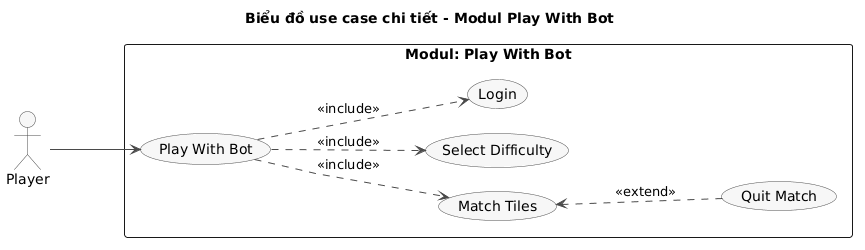
This is docs/uml/pha1/uc-m2-play-with-bot.png from VattenL/mobile-pikachu, a PlantUML export, as it was before one commit. Its diagram source:
```plantuml
@startuml
title Biểu đồ use case chi tiết - Modul Play With Bot

left to right direction
skinparam linetype polyline
skinparam packageStyle rectangle
skinparam shadowing false
skinparam nodesep 25
skinparam ranksep 90
skinparam usecase {
  BackgroundColor #F7F7F7
  BorderColor #4A4A4A
  ArrowColor #4A4A4A
}
skinparam actor {
  BackgroundColor #F7F7F7
  BorderColor #4A4A4A
}

actor "Player" as Player

rectangle "Modul: Play With Bot" {
  usecase "Play With Bot" as UC05
  usecase "Match Tiles" as UC05_2
  usecase "Select Difficulty" as UC05_1
  usecase "Login" as UC02
  usecase "Quit Match" as UC05_3
}

Player --> UC05

UC05 ..> UC05_2 : <<include>>
UC05 ..> UC05_1 : <<include>>
UC05 ..> UC02 : <<include>>

UC05_2 <.. UC05_3 : <<extend>>
@enduml
```
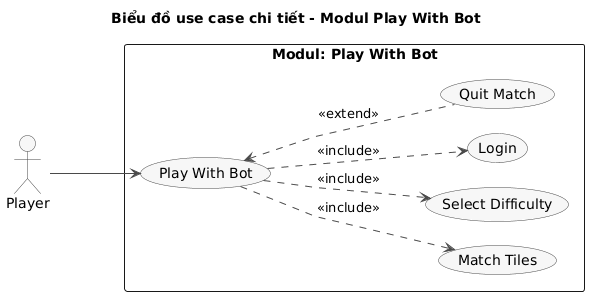
After the commit.

What changed in the source:
```diff
@@ -33,5 +33,5 @@
 UC05 ..> UC05_1 : <<include>>
 UC05 ..> UC02 : <<include>>
 
-UC05_2 <.. UC05_3 : <<extend>>
+UC05 <.. UC05_3 : <<extend>>
 @enduml
```
